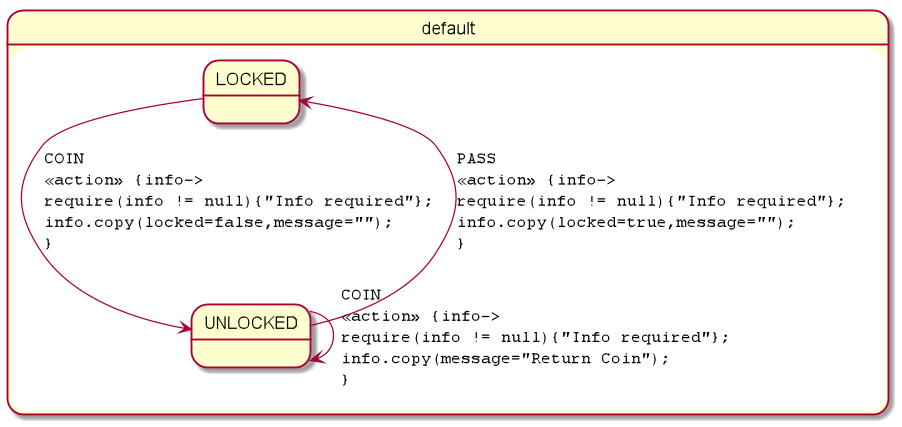
This is turnstile-parsed.png from open-jumpco/kfsm-viz, a PlantUML export, as it was before one commit.
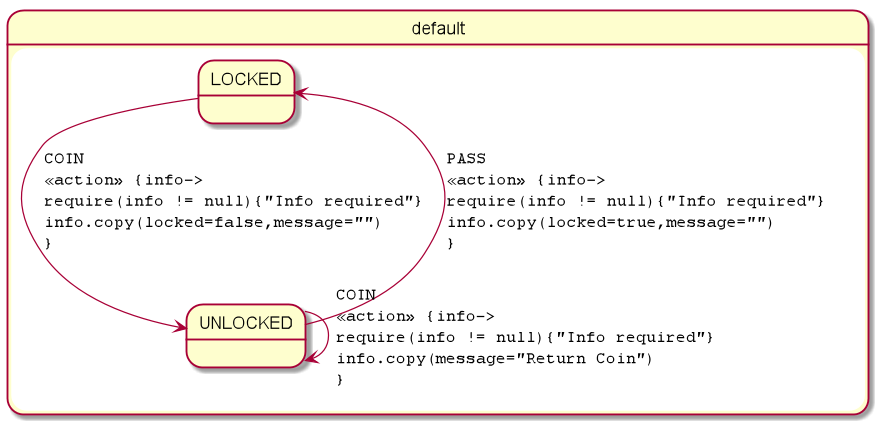
The same diagram one commit later.

Change to the diagram source:
```diff
@@ -2,8 +2,8 @@
 skinparam StateFontName Helvetica
 skinparam defaultFontName Monospaced
 state default {
-LOCKED --> UNLOCKED : COIN\l<<action>> {info->\lrequire(info != null){"Info required"};\linfo.copy(locked=false,message="");\l}
-UNLOCKED --> LOCKED : PASS\l<<action>> {info->\lrequire(info != null){"Info required"};\linfo.copy(locked=true,message="");\l}
-UNLOCKED --> UNLOCKED : COIN\l<<action>> {info->\lrequire(info != null){"Info required"};\linfo.copy(message="Return Coin");\l}
+LOCKED --> UNLOCKED : COIN\l<<action>> {info->\lrequire(info != null){"Info required"}\linfo.copy(locked=false,message="")\l}
+UNLOCKED --> LOCKED : PASS\l<<action>> {info->\lrequire(info != null){"Info required"}\linfo.copy(locked=true,message="")\l}
+UNLOCKED --> UNLOCKED : COIN\l<<action>> {info->\lrequire(info != null){"Info required"}\linfo.copy(message="Return Coin")\l}
 }
 @enduml
```
